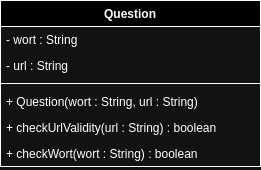
This is Worttrainer.png from TGM-HIT/sew9-2425-worttrainer-ahujaankush, a draw.io export, as it was before one commit. Source tidied: cells renumbered, new cells last; positions are measured from the earlier drawing's top-left corner, leaving out a move shared by most shapes. Source of this version:
```xml
<mxGraphModel>
  <root>
    <mxCell id="0" />
    <mxCell id="1" parent="0" />
    <mxCell id="2" value="Question" style="swimlane;fontStyle=1;align=center;verticalAlign=top;horizontal=1;startSize=26;whiteSpace=wrap;html=1;" parent="1" vertex="1">
      <mxGeometry width="260" height="166" as="geometry" />
    </mxCell>
    <mxCell id="3" value="- wort : String" style="text;strokeColor=none;fillColor=none;align=left;verticalAlign=top;spacingLeft=4;spacingRight=4;overflow=hidden;whiteSpace=wrap;html=1;" parent="2" vertex="1">
      <mxGeometry y="26" width="260" height="26" as="geometry" />
    </mxCell>
    <mxCell id="4" value="- url : String" style="text;strokeColor=none;fillColor=none;align=left;verticalAlign=top;spacingLeft=4;spacingRight=4;overflow=hidden;whiteSpace=wrap;html=1;" parent="2" vertex="1">
      <mxGeometry y="52" width="260" height="26" as="geometry" />
    </mxCell>
    <mxCell id="5" style="line;strokeWidth=1;fillColor=none;align=left;verticalAlign=middle;spacingTop=-1;spacingLeft=3;spacingRight=3;labelPosition=right;strokeColor=inherit;" parent="2" vertex="1">
      <mxGeometry y="78" width="260" height="10" as="geometry" />
    </mxCell>
    <mxCell id="6" value="+ Question(wort : String, url : String)" style="text;strokeColor=none;fillColor=none;align=left;verticalAlign=top;spacingLeft=4;spacingRight=4;overflow=hidden;whiteSpace=wrap;html=1;" parent="2" vertex="1">
      <mxGeometry y="88" width="260" height="26" as="geometry" />
    </mxCell>
    <mxCell id="7" value="+ checkUrlValidity(url : String) : boolean" style="text;strokeColor=none;fillColor=none;align=left;verticalAlign=top;spacingLeft=4;spacingRight=4;overflow=hidden;whiteSpace=wrap;html=1;" parent="2" vertex="1">
      <mxGeometry y="114" width="260" height="26" as="geometry" />
    </mxCell>
    <mxCell id="8" value="+ checkWort(wort : String) : boolean" style="text;strokeColor=none;fillColor=none;align=left;verticalAlign=top;spacingLeft=4;spacingRight=4;overflow=hidden;whiteSpace=wrap;html=1;" parent="2" vertex="1">
      <mxGeometry y="140" width="260" height="26" as="geometry" />
    </mxCell>
  </root>
</mxGraphModel>
```
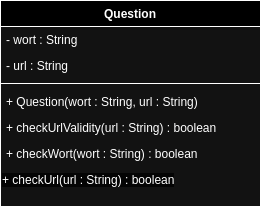
The same file after the commit.

Commit message:
Update UML, add Url check method

Diff of the diagram source:
```diff
@@ -3,7 +3,7 @@
     <mxCell id="0" />
     <mxCell id="1" parent="0" />
     <mxCell id="2" value="Question" style="swimlane;fontStyle=1;align=center;verticalAlign=top;horizontal=1;startSize=26;whiteSpace=wrap;html=1;" parent="1" vertex="1">
-      <mxGeometry width="260" height="166" as="geometry" />
+      <mxGeometry width="260" height="206" as="geometry" />
     </mxCell>
     <mxCell id="3" value="- wort : String" style="text;strokeColor=none;fillColor=none;align=left;verticalAlign=top;spacingLeft=4;spacingRight=4;overflow=hidden;whiteSpace=wrap;html=1;" parent="2" vertex="1">
       <mxGeometry y="26" width="260" height="26" as="geometry" />
@@ -23,5 +23,8 @@
     <mxCell id="8" value="+ checkWort(wort : String) : boolean" style="text;strokeColor=none;fillColor=none;align=left;verticalAlign=top;spacingLeft=4;spacingRight=4;overflow=hidden;whiteSpace=wrap;html=1;" parent="2" vertex="1">
       <mxGeometry y="140" width="260" height="26" as="geometry" />
     </mxCell>
+    <mxCell id="9" value="&lt;span style=&quot;color: rgb(0, 0, 0); font-family: Helvetica; font-size: 12px; font-style: normal; font-variant-ligatures: normal; font-variant-caps: normal; font-weight: 400; letter-spacing: normal; orphans: 2; text-align: left; text-indent: 0px; text-transform: none; widows: 2; word-spacing: 0px; -webkit-text-stroke-width: 0px; white-space: normal; background-color: rgb(251, 251, 251); text-decoration-thickness: initial; text-decoration-style: initial; text-decoration-color: initial; display: inline !important; float: none;&quot;&gt;+ checkUrl(url : String) : boolean&lt;/span&gt;" style="text;whiteSpace=wrap;html=1;" parent="2" vertex="1">
+      <mxGeometry y="166" width="260" height="40" as="geometry" />
+    </mxCell>
   </root>
 </mxGraphModel>
```
